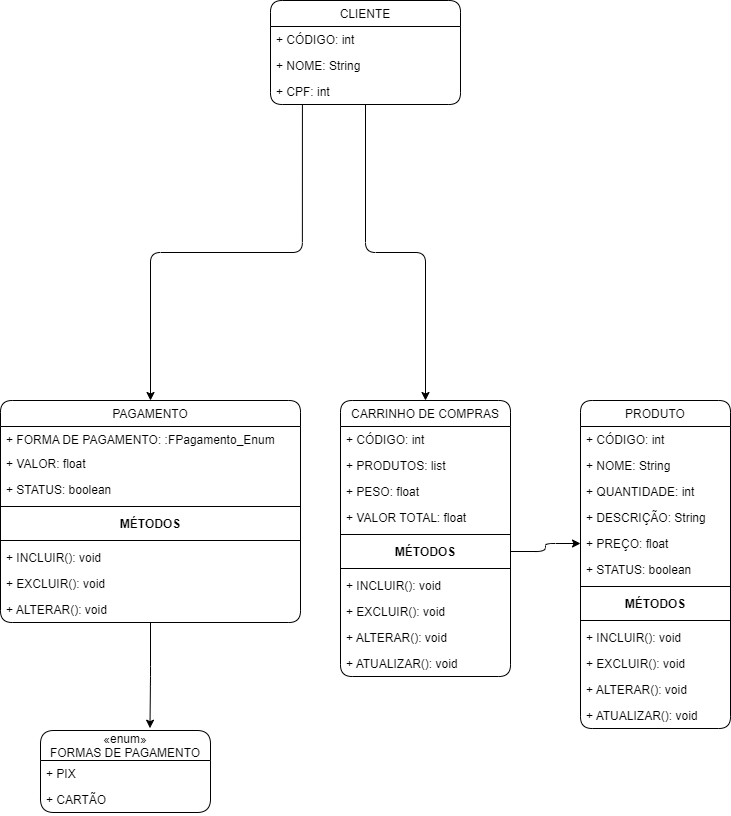
Above: Untitled Diagram.drawio.png in joao100101/Engenharia-De-Software (draw.io), before the change. Source tidied: cells renumbered, new cells last; positions are measured from the earlier drawing's top-left corner, leaving out a move shared by most shapes.
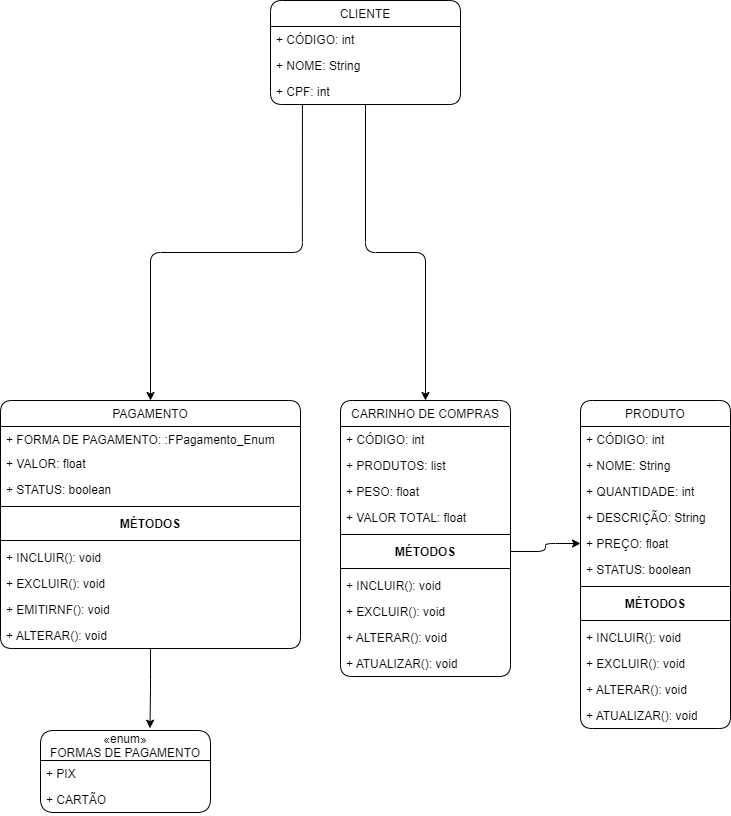
Above is the later version.

Commit message:
Nota fiscal add

What changed in the source:
```diff
@@ -102,7 +102,7 @@
       <mxGeometry relative="1" as="geometry" />
     </mxCell>
     <mxCell id="35" value="PAGAMENTO" style="swimlane;fontStyle=0;horizontal=1;startSize=26;fillColor=none;rounded=1;" parent="1" vertex="1">
-      <mxGeometry y="400" width="300" height="222" as="geometry" />
+      <mxGeometry y="400" width="300" height="248" as="geometry" />
     </mxCell>
     <mxCell id="36" value="+ FORMA DE PAGAMENTO: :FPagamento_Enum" style="text;strokeColor=none;fillColor=none;align=left;verticalAlign=top;spacingLeft=4;spacingRight=4;overflow=hidden;rounded=1;" parent="35" vertex="1">
       <mxGeometry y="26" width="300" height="24" as="geometry" />
@@ -128,8 +128,11 @@
     <mxCell id="43" value="+ EXCLUIR(): void" style="text;strokeColor=none;fillColor=none;align=left;verticalAlign=top;spacingLeft=4;spacingRight=4;overflow=hidden;rounded=1;" parent="35" vertex="1">
       <mxGeometry y="170" width="300" height="26" as="geometry" />
     </mxCell>
+    <mxCell id="49" value="+ EMITIRNF(): void" style="text;strokeColor=none;fillColor=none;align=left;verticalAlign=top;spacingLeft=4;spacingRight=4;overflow=hidden;rounded=1;" parent="35" vertex="1">
+      <mxGeometry y="196" width="300" height="26" as="geometry" />
+    </mxCell>
     <mxCell id="44" value="+ ALTERAR(): void" style="text;strokeColor=none;fillColor=none;align=left;verticalAlign=top;spacingLeft=4;spacingRight=4;overflow=hidden;rounded=1;" parent="35" vertex="1">
-      <mxGeometry y="196" width="300" height="26" as="geometry" />
+      <mxGeometry y="222" width="300" height="26" as="geometry" />
     </mxCell>
     <mxCell id="45" value="«enum»&#10;FORMAS DE PAGAMENTO" style="swimlane;fontStyle=0;horizontal=1;startSize=30;fillColor=none;rounded=1;" parent="1" vertex="1">
       <mxGeometry x="40" y="730" width="170" height="82" as="geometry" />
```
